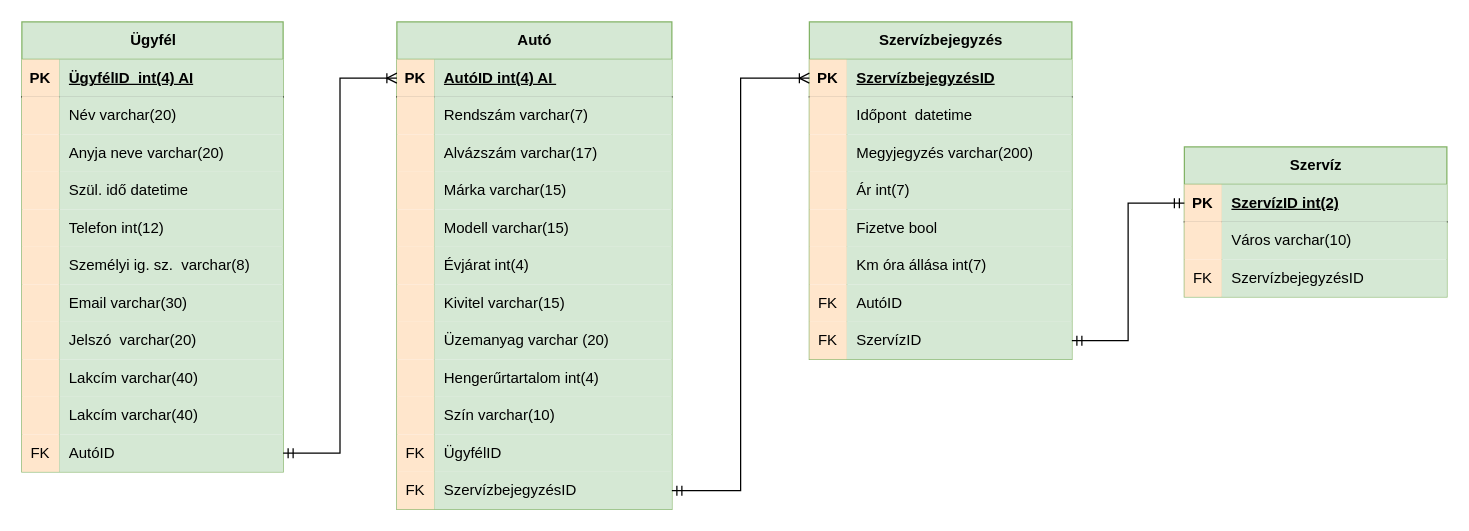
Above: Dokumentumok/Adatbázis/Eszerviz.drawio in bsze2szikri/E_szervizkonyv (draw.io), before the change. Source tidied: cells renumbered, new cells numbered last; positions are measured from the earlier drawing's top-left corner, leaving out a move shared by most shapes. Both pictures are drawn from the tidied source at 125%, with x=0, y=0 at pixel (21, 21).
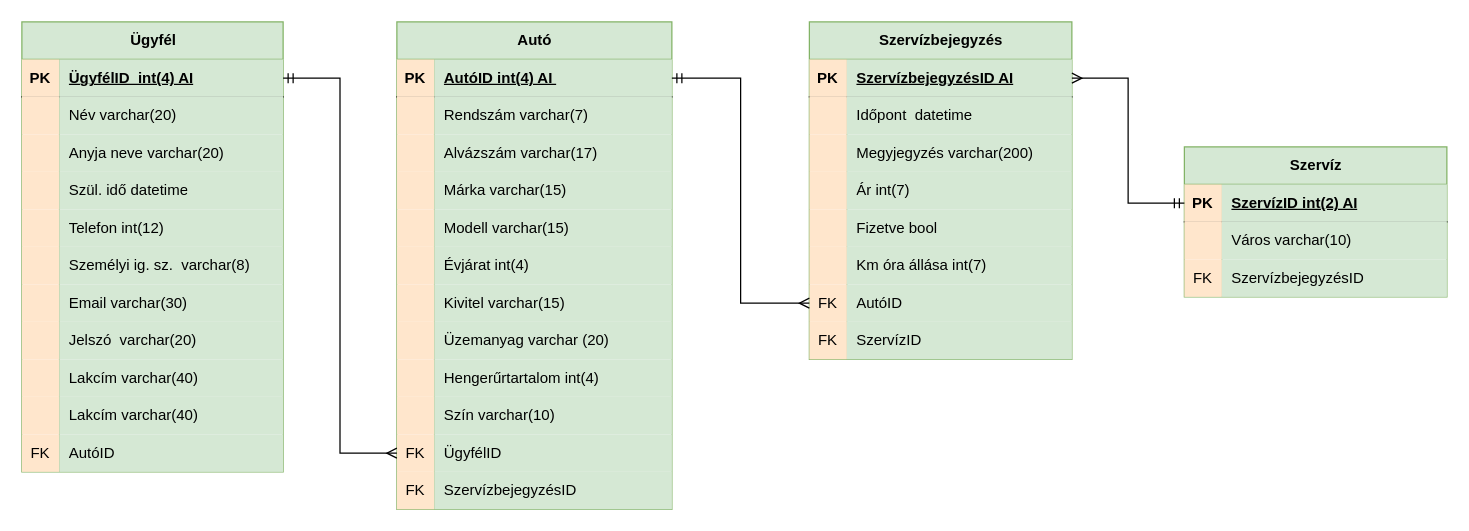
The same diagram, later.

The change refers to these unchanged cells:
```xml
<mxCell id="3" style="shape=tableRow;horizontal=0;startSize=0;swimlaneHead=0;swimlaneBody=0;fillColor=none;points=[[0,0.5],[1,0.5]];portConstraint=eastwest;top=0;left=0;right=0;bottom=1;" parent="2" vertex="1">
  <mxGeometry y="30" width="209" height="30" as="geometry" />
</mxCell>
<mxCell id="33" style="shape=tableRow;horizontal=0;startSize=0;swimlaneHead=0;swimlaneBody=0;fillColor=none;points=[[0,0.5],[1,0.5]];portConstraint=eastwest;top=0;left=0;right=0;bottom=0;" parent="2" vertex="1">
  <mxGeometry y="330" width="209" height="30" as="geometry" />
</mxCell>
<mxCell id="37" style="shape=tableRow;horizontal=0;startSize=0;swimlaneHead=0;swimlaneBody=0;fillColor=none;points=[[0,0.5],[1,0.5]];portConstraint=eastwest;top=0;left=0;right=0;bottom=1;" parent="36" vertex="1">
  <mxGeometry y="30" width="220" height="30" as="geometry" />
</mxCell>
<mxCell id="67" style="shape=tableRow;horizontal=0;startSize=0;swimlaneHead=0;swimlaneBody=0;fillColor=none;points=[[0,0.5],[1,0.5]];portConstraint=eastwest;top=0;left=0;right=0;bottom=0;" parent="36" vertex="1">
  <mxGeometry y="330" width="220" height="30" as="geometry" />
</mxCell>
<mxCell id="70" style="shape=tableRow;horizontal=0;startSize=0;swimlaneHead=0;swimlaneBody=0;fillColor=none;points=[[0,0.5],[1,0.5]];portConstraint=eastwest;top=0;left=0;right=0;bottom=0;" parent="36" vertex="1">
  <mxGeometry y="360" width="220" height="30" as="geometry" />
</mxCell>
<mxCell id="74" style="shape=tableRow;horizontal=0;startSize=0;swimlaneHead=0;swimlaneBody=0;fillColor=none;points=[[0,0.5],[1,0.5]];portConstraint=eastwest;top=0;left=0;right=0;bottom=1;" parent="73" vertex="1">
  <mxGeometry y="30" width="210" height="30" as="geometry" />
</mxCell>
<mxCell id="92" style="shape=tableRow;horizontal=0;startSize=0;swimlaneHead=0;swimlaneBody=0;fillColor=none;points=[[0,0.5],[1,0.5]];portConstraint=eastwest;top=0;left=0;right=0;bottom=0;" parent="73" vertex="1">
  <mxGeometry y="210" width="210" height="30" as="geometry" />
</mxCell>
<mxCell id="95" style="shape=tableRow;horizontal=0;startSize=0;swimlaneHead=0;swimlaneBody=0;fillColor=none;points=[[0,0.5],[1,0.5]];portConstraint=eastwest;top=0;left=0;right=0;bottom=0;" parent="73" vertex="1">
  <mxGeometry y="240" width="210" height="30" as="geometry" />
</mxCell>
<mxCell id="99" style="shape=tableRow;horizontal=0;startSize=0;swimlaneHead=0;swimlaneBody=0;fillColor=none;points=[[0,0.5],[1,0.5]];portConstraint=eastwest;top=0;left=0;right=0;bottom=1;" parent="98" vertex="1">
  <mxGeometry y="30" width="210" height="30" as="geometry" />
</mxCell>
```

The edit, as a diff of the source:
```diff
@@
-    <mxCell id="76" value="SzervízbejegyzésID" style="shape=partialRectangle;fillColor=#d5e8d4;top=0;left=0;bottom=0;right=0;align=left;spacingLeft=6;fontStyle=5;overflow=hidden;whiteSpace=wrap;html=1;strokeColor=#82b366;shadow=0;" parent="74" vertex="1">
+    <mxCell id="76" value="SzervízbejegyzésID AI" style="shape=partialRectangle;fillColor=#d5e8d4;top=0;left=0;bottom=0;right=0;align=left;spacingLeft=6;fontStyle=5;overflow=hidden;whiteSpace=wrap;html=1;strokeColor=#82b366;shadow=0;" parent="74" vertex="1">
       <mxGeometry x="30" width="180" height="30" as="geometry" />
     </mxCell>
@@
-    <mxCell id="101" value="SzervízID int(2)" style="shape=partialRectangle;fillColor=#d5e8d4;top=0;left=0;bottom=0;right=0;align=left;spacingLeft=6;fontStyle=5;overflow=hidden;whiteSpace=wrap;html=1;strokeColor=#82b366;shadow=0;" parent="99" vertex="1">
+    <mxCell id="101" value="SzervízID int(2) AI" style="shape=partialRectangle;fillColor=#d5e8d4;top=0;left=0;bottom=0;right=0;align=left;spacingLeft=6;fontStyle=5;overflow=hidden;whiteSpace=wrap;html=1;strokeColor=#82b366;shadow=0;" parent="99" vertex="1">
       <mxGeometry x="30" width="180" height="30" as="geometry" />
     </mxCell>
@@
-    <mxCell id="108" style="edgeStyle=orthogonalEdgeStyle;rounded=0;jettySize=auto;html=1;entryX=0;entryY=0.5;entryDx=0;entryDy=0;startArrow=ERmandOne;startFill=0;endArrow=ERoneToMany;endFill=0;exitX=1;exitY=0.5;exitDx=0;exitDy=0;" parent="1" edge="1" source="33" target="37">
+    <mxCell id="108" style="edgeStyle=orthogonalEdgeStyle;rounded=0;jettySize=auto;html=1;entryX=0;entryY=0.5;entryDx=0;entryDy=0;startArrow=ERmandOne;startFill=0;endArrow=ERmany;endFill=0;exitX=1;exitY=0.5;exitDx=0;exitDy=0;" parent="1" edge="1" source="3" target="67">
       <mxGeometry relative="1" as="geometry" />
     </mxCell>
-    <mxCell id="109" style="edgeStyle=orthogonalEdgeStyle;rounded=0;jettySize=auto;html=1;startArrow=ERmandOne;startFill=0;endArrow=ERoneToMany;endFill=0;entryX=0;entryY=0.5;entryDx=0;entryDy=0;" parent="1" edge="1" source="70" target="74">
+    <mxCell id="109" style="edgeStyle=orthogonalEdgeStyle;rounded=0;jettySize=auto;html=1;startArrow=ERmandOne;startFill=0;endArrow=ERmany;endFill=0;entryX=0;entryY=0.5;entryDx=0;entryDy=0;exitX=1;exitY=0.5;exitDx=0;exitDy=0;" parent="1" edge="1" source="37" target="92">
       <mxGeometry relative="1" as="geometry" />
     </mxCell>
-    <mxCell id="110" style="edgeStyle=orthogonalEdgeStyle;rounded=0;jettySize=auto;html=1;entryX=0;entryY=0.5;entryDx=0;entryDy=0;startArrow=ERmandOne;startFill=0;endArrow=ERmandOne;endFill=0;" parent="1" edge="1" source="95" target="99">
+    <mxCell id="110" style="edgeStyle=orthogonalEdgeStyle;rounded=0;jettySize=auto;html=1;entryX=0;entryY=0.5;entryDx=0;entryDy=0;startArrow=ERmany;startFill=0;endArrow=ERmandOne;endFill=0;exitX=1;exitY=0.5;exitDx=0;exitDy=0;" parent="1" edge="1" source="74" target="99">
       <mxGeometry relative="1" as="geometry" />
     </mxCell>
```
